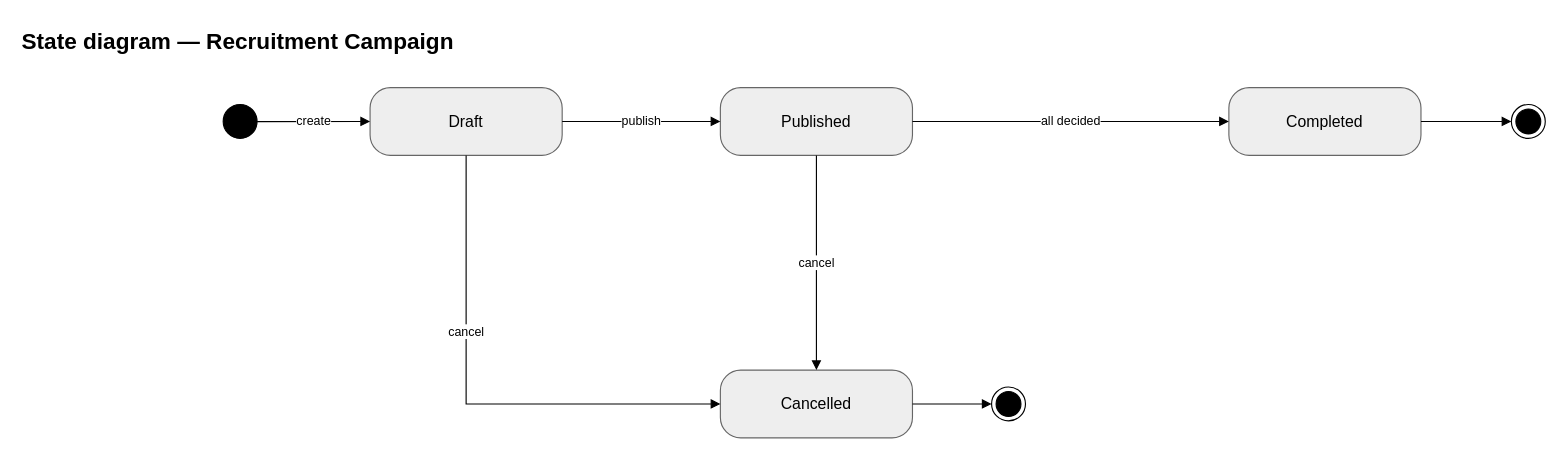
Earlier version of the draw.io diagram page "Recruitment Campaign" (4 of 9) of docs/03-diagrams/UCMS_State_Diagrams.drawio (nvdekay/ClubManagementSystem). Source tidied: cells renumbered, new cells numbered last; positions are measured from the earlier drawing's top-left corner, leaving out a move shared by most shapes. Both pictures are drawn from the tidied source at 113%, with x=0, y=0 at pixel (19, 19).
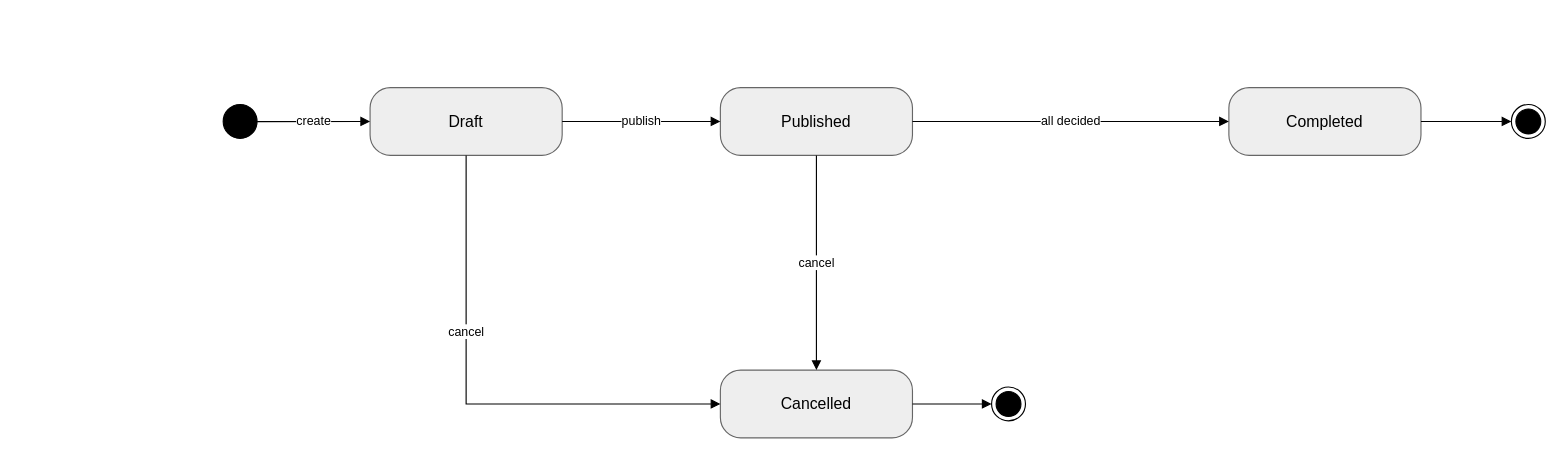
The same page after the edit.

What changed in the source:
```diff
@@
 <mxGraphModel background="#ffffff">
   <root>
     <mxCell id="0" />
     <mxCell id="1" parent="0" />
-    <mxCell id="2" value="State diagram — Recruitment Campaign" style="text;html=1;fontSize=20;fontStyle=1;" parent="1" vertex="1">
-      <mxGeometry width="600" height="30" as="geometry" />
-    </mxCell>
     <mxCell id="3" style="ellipse;html=1;fillColor=#000000;strokeColor=#000000;" parent="1" vertex="1">
       <mxGeometry x="180" y="75" width="30" height="30" as="geometry" />
     </mxCell>
     <mxCell id="4" value="Draft" style="rounded=1;arcSize=30;whiteSpace=wrap;html=1;fillColor=#eeeeee;strokeColor=#666666;fontSize=14;" parent="1" vertex="1">
       <mxGeometry x="310" y="60" width="170" height="60" as="geometry" />
     </mxCell>
     <mxCell id="5" value="Published" style="rounded=1;arcSize=30;whiteSpace=wrap;html=1;fillColor=#eeeeee;strokeColor=#666666;fontSize=14;" parent="1" vertex="1">
       <mxGeometry x="620" y="60" width="170" height="60" as="geometry" />
     </mxCell>
     <mxCell id="6" value="Completed" style="rounded=1;arcSize=30;whiteSpace=wrap;html=1;fillColor=#eeeeee;strokeColor=#666666;fontSize=14;" parent="1" vertex="1">
       <mxGeometry x="1070" y="60" width="170" height="60" as="geometry" />
     </mxCell>
     <mxCell id="7" value="Cancelled" style="rounded=1;arcSize=30;whiteSpace=wrap;html=1;fillColor=#eeeeee;strokeColor=#666666;fontSize=14;" parent="1" vertex="1">
       <mxGeometry x="620" y="310" width="170" height="60" as="geometry" />
     </mxCell>
     <mxCell id="8" style="ellipse;html=1;shape=endState;fillColor=#000000;strokeColor=#000000;" parent="1" vertex="1">
       <mxGeometry x="1320" y="75" width="30" height="30" as="geometry" />
     </mxCell>
     <mxCell id="9" style="ellipse;html=1;shape=endState;fillColor=#000000;strokeColor=#000000;" parent="1" vertex="1">
       <mxGeometry x="860" y="325" width="30" height="30" as="geometry" />
     </mxCell>
     <mxCell id="10" value="create" style="endArrow=block;endFill=1;html=1;rounded=0;fontSize=11;labelBackgroundColor=#ffffff;" parent="1" edge="1" source="3" target="4">
       <mxGeometry relative="1" as="geometry" />
     </mxCell>
     <mxCell id="11" style="endArrow=block;endFill=1;html=1;rounded=0;fontSize=11;labelBackgroundColor=#ffffff;" parent="1" edge="1" source="6" target="8">
       <mxGeometry relative="1" as="geometry" />
     </mxCell>
     <mxCell id="12" style="endArrow=block;endFill=1;html=1;rounded=0;fontSize=11;labelBackgroundColor=#ffffff;" parent="1" edge="1" source="7" target="9">
       <mxGeometry relative="1" as="geometry" />
     </mxCell>
     <mxCell id="13" value="publish" style="endArrow=block;endFill=1;html=1;rounded=0;fontSize=11;labelBackgroundColor=#ffffff;" parent="1" edge="1" source="4" target="5">
       <mxGeometry relative="1" as="geometry" />
     </mxCell>
     <mxCell id="14" value="all decided" style="endArrow=block;endFill=1;html=1;rounded=0;fontSize=11;labelBackgroundColor=#ffffff;" parent="1" edge="1" source="5" target="6">
       <mxGeometry relative="1" as="geometry" />
     </mxCell>
     <mxCell id="15" value="cancel" style="endArrow=block;endFill=1;html=1;rounded=0;fontSize=11;labelBackgroundColor=#ffffff;exitX=0.5;exitY=1;exitDx=0;exitDy=0;entryX=0;entryY=0.5;entryDx=0;entryDy=0;edgeStyle=orthogonalEdgeStyle;" parent="1" edge="1" source="4" target="7">
       <mxGeometry x="-0.3" relative="1" as="geometry">
         <Array as="points">
           <mxPoint x="395" y="340" />
         </Array>
       </mxGeometry>
     </mxCell>
     <mxCell id="16" value="cancel" style="endArrow=block;endFill=1;html=1;rounded=0;fontSize=11;labelBackgroundColor=#ffffff;" parent="1" edge="1" source="5" target="7">
       <mxGeometry relative="1" as="geometry" />
     </mxCell>
     <mxCell id="17" style="html=1;rounded=0;dashed=1;endArrow=none;" parent="1" edge="1" target="5">
       <mxGeometry relative="1" as="geometry" />
     </mxCell>
   </root>
 </mxGraphModel>
```
